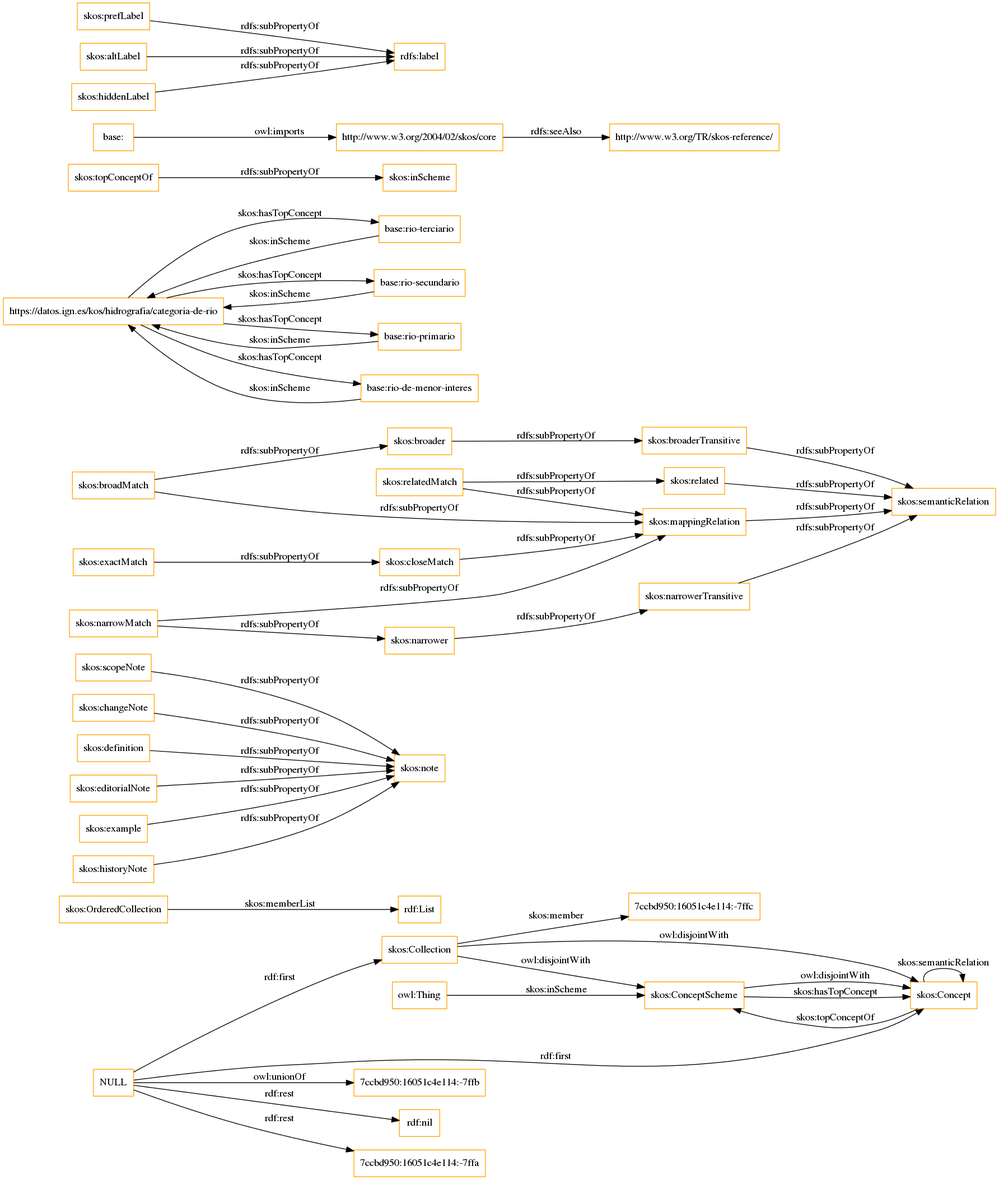
The Graphviz diagram OnToology/thesaurus/categoria-rio.owl/diagrams/ar2dtool-class/categoria-rio.owl.png in oeg-upm/ontology-BTN100, before a commit. Its source is kept beside it as OnToology/thesaurus/categoria-rio.owl/diagrams/ar2dtool-class/categoria-rio.owl.png.dot. The source it was exported from:
```dot
digraph ar2dtool_diagram {
rankdir=LR;
size="1501"
node [shape = rectangle, color="orange"]; "7ccbd950:16051c4e114:-7ffc" "skos:OrderedCollection" "skos:Collection" "skos:ConceptScheme" "skos:Concept" ; /*classes style*/
	"NULL" -> "7ccbd950:16051c4e114:-7ffb" [ label = "owl:unionOf" ];
	"NULL" -> "rdf:nil" [ label = "rdf:rest" ];
	"NULL" -> "skos:Collection" [ label = "rdf:first" ];
	"NULL" -> "7ccbd950:16051c4e114:-7ffa" [ label = "rdf:rest" ];
	"NULL" -> "skos:Concept" [ label = "rdf:first" ];
	"skos:scopeNote" -> "skos:note" [ label = "rdfs:subPropertyOf" ];
	"skos:closeMatch" -> "skos:mappingRelation" [ label = "rdfs:subPropertyOf" ];
	"https://datos.ign.es/kos/hidrografia/categoria-de-rio" -> "base:rio-terciario" [ label = "skos:hasTopConcept" ];
	"https://datos.ign.es/kos/hidrografia/categoria-de-rio" -> "base:rio-secundario" [ label = "skos:hasTopConcept" ];
	"https://datos.ign.es/kos/hidrografia/categoria-de-rio" -> "base:rio-primario" [ label = "skos:hasTopConcept" ];
	"https://datos.ign.es/kos/hidrografia/categoria-de-rio" -> "base:rio-de-menor-interes" [ label = "skos:hasTopConcept" ];
	"skos:relatedMatch" -> "skos:related" [ label = "rdfs:subPropertyOf" ];
	"skos:relatedMatch" -> "skos:mappingRelation" [ label = "rdfs:subPropertyOf" ];
	"skos:ConceptScheme" -> "skos:Concept" [ label = "owl:disjointWith" ];
	"skos:related" -> "skos:semanticRelation" [ label = "rdfs:subPropertyOf" ];
	"skos:topConceptOf" -> "skos:inScheme" [ label = "rdfs:subPropertyOf" ];
	"skos:broadMatch" -> "skos:broader" [ label = "rdfs:subPropertyOf" ];
	"skos:broadMatch" -> "skos:mappingRelation" [ label = "rdfs:subPropertyOf" ];
	"skos:changeNote" -> "skos:note" [ label = "rdfs:subPropertyOf" ];
	"skos:definition" -> "skos:note" [ label = "rdfs:subPropertyOf" ];
	"skos:editorialNote" -> "skos:note" [ label = "rdfs:subPropertyOf" ];
	"skos:example" -> "skos:note" [ label = "rdfs:subPropertyOf" ];
	"base:" -> "http://www.w3.org/2004/02/skos/core" [ label = "owl:imports" ];
	"skos:historyNote" -> "skos:note" [ label = "rdfs:subPropertyOf" ];
	"skos:exactMatch" -> "skos:closeMatch" [ label = "rdfs:subPropertyOf" ];
	"skos:prefLabel" -> "rdfs:label" [ label = "rdfs:subPropertyOf" ];
	"base:rio-de-menor-interes" -> "https://datos.ign.es/kos/hidrografia/categoria-de-rio" [ label = "skos:inScheme" ];
	"skos:altLabel" -> "rdfs:label" [ label = "rdfs:subPropertyOf" ];
	"skos:broaderTransitive" -> "skos:semanticRelation" [ label = "rdfs:subPropertyOf" ];
	"base:rio-secundario" -> "https://datos.ign.es/kos/hidrografia/categoria-de-rio" [ label = "skos:inScheme" ];
	"skos:broader" -> "skos:broaderTransitive" [ label = "rdfs:subPropertyOf" ];
	"skos:mappingRelation" -> "skos:semanticRelation" [ label = "rdfs:subPropertyOf" ];
	"base:rio-terciario" -> "https://datos.ign.es/kos/hidrografia/categoria-de-rio" [ label = "skos:inScheme" ];
	"skos:hiddenLabel" -> "rdfs:label" [ label = "rdfs:subPropertyOf" ];
	"http://www.w3.org/2004/02/skos/core" -> "http://www.w3.org/TR/skos-reference/" [ label = "rdfs:seeAlso" ];
	"skos:Collection" -> "skos:ConceptScheme" [ label = "owl:disjointWith" ];
	"skos:Collection" -> "skos:Concept" [ label = "owl:disjointWith" ];
	"skos:narrowMatch" -> "skos:narrower" [ label = "rdfs:subPropertyOf" ];
	"skos:narrowMatch" -> "skos:mappingRelation" [ label = "rdfs:subPropertyOf" ];
	"base:rio-primario" -> "https://datos.ign.es/kos/hidrografia/categoria-de-rio" [ label = "skos:inScheme" ];
	"skos:narrower" -> "skos:narrowerTransitive" [ label = "rdfs:subPropertyOf" ];
	"skos:narrowerTransitive" -> "skos:semanticRelation" [ label = "rdfs:subPropertyOf" ];
	"skos:OrderedCollection" -> "rdf:List" [ label = "skos:memberList" ];
	"skos:Concept" -> "skos:ConceptScheme" [ label = "skos:topConceptOf" ];
	"skos:Concept" -> "skos:Concept" [ label = "skos:semanticRelation" ];
	"skos:Collection" -> "7ccbd950:16051c4e114:-7ffc" [ label = "skos:member" ];
	"skos:ConceptScheme" -> "skos:Concept" [ label = "skos:hasTopConcept" ];
	"owl:Thing" -> "skos:ConceptScheme" [ label = "skos:inScheme" ];

}
```
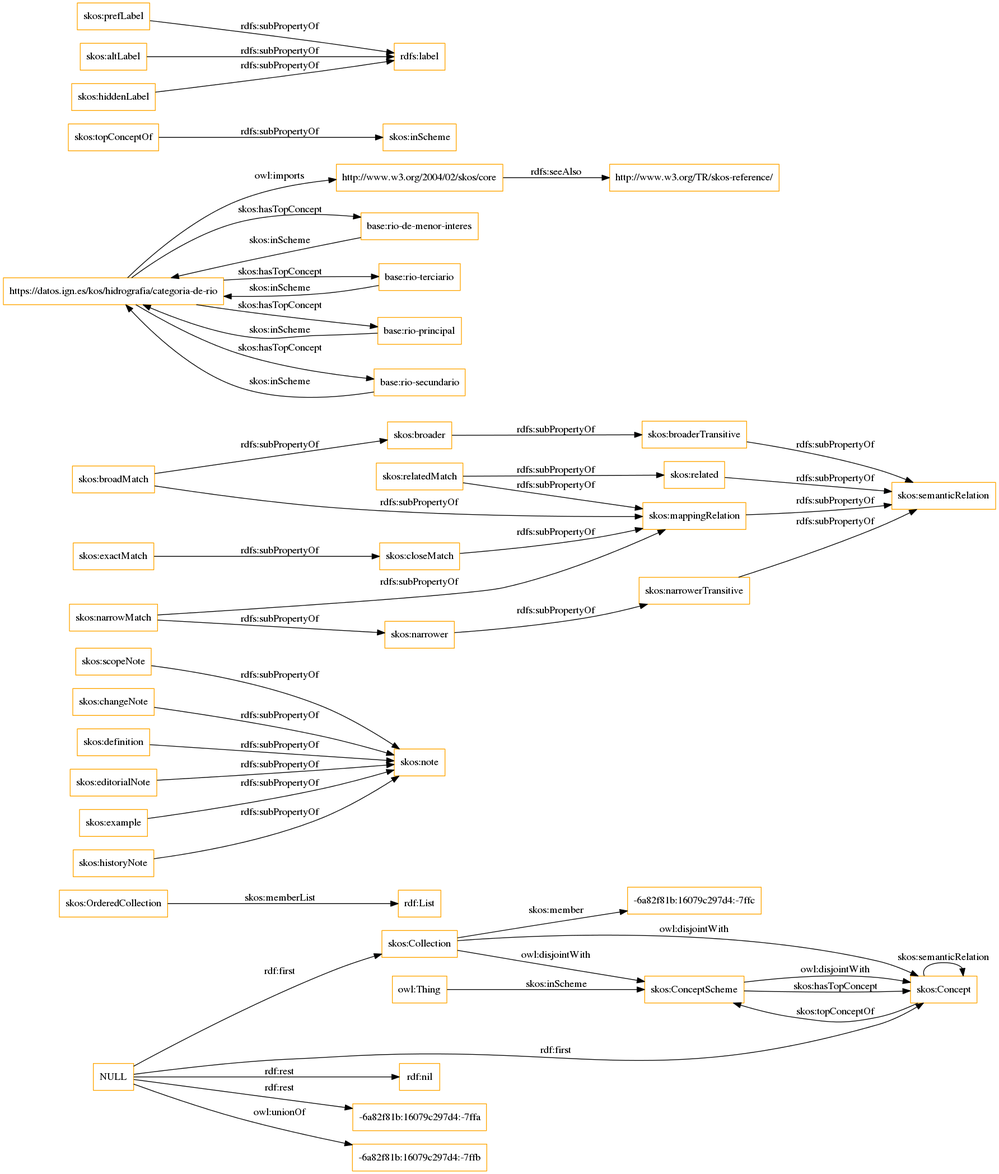
After the commit.

Diff of the diagram source:
```diff
@@ -1,18 +1,19 @@
 digraph ar2dtool_diagram {
 rankdir=LR;
 size="1501"
-node [shape = rectangle, color="orange"]; "7ccbd950:16051c4e114:-7ffc" "skos:OrderedCollection" "skos:Collection" "skos:ConceptScheme" "skos:Concept" ; /*classes style*/
-	"NULL" -> "7ccbd950:16051c4e114:-7ffb" [ label = "owl:unionOf" ];
+node [shape = rectangle, color="orange"]; "-6a82f81b:16079c297d4:-7ffc" "skos:OrderedCollection" "skos:Collection" "skos:ConceptScheme" "skos:Concept" ; /*classes style*/
 	"NULL" -> "rdf:nil" [ label = "rdf:rest" ];
 	"NULL" -> "skos:Collection" [ label = "rdf:first" ];
-	"NULL" -> "7ccbd950:16051c4e114:-7ffa" [ label = "rdf:rest" ];
+	"NULL" -> "-6a82f81b:16079c297d4:-7ffa" [ label = "rdf:rest" ];
 	"NULL" -> "skos:Concept" [ label = "rdf:first" ];
+	"NULL" -> "-6a82f81b:16079c297d4:-7ffb" [ label = "owl:unionOf" ];
 	"skos:scopeNote" -> "skos:note" [ label = "rdfs:subPropertyOf" ];
 	"skos:closeMatch" -> "skos:mappingRelation" [ label = "rdfs:subPropertyOf" ];
+	"https://datos.ign.es/kos/hidrografia/categoria-de-rio" -> "http://www.w3.org/2004/02/skos/core" [ label = "owl:imports" ];
+	"https://datos.ign.es/kos/hidrografia/categoria-de-rio" -> "base:rio-de-menor-interes" [ label = "skos:hasTopConcept" ];
 	"https://datos.ign.es/kos/hidrografia/categoria-de-rio" -> "base:rio-terciario" [ label = "skos:hasTopConcept" ];
+	"https://datos.ign.es/kos/hidrografia/categoria-de-rio" -> "base:rio-principal" [ label = "skos:hasTopConcept" ];
 	"https://datos.ign.es/kos/hidrografia/categoria-de-rio" -> "base:rio-secundario" [ label = "skos:hasTopConcept" ];
-	"https://datos.ign.es/kos/hidrografia/categoria-de-rio" -> "base:rio-primario" [ label = "skos:hasTopConcept" ];
-	"https://datos.ign.es/kos/hidrografia/categoria-de-rio" -> "base:rio-de-menor-interes" [ label = "skos:hasTopConcept" ];
 	"skos:relatedMatch" -> "skos:related" [ label = "rdfs:subPropertyOf" ];
 	"skos:relatedMatch" -> "skos:mappingRelation" [ label = "rdfs:subPropertyOf" ];
 	"skos:ConceptScheme" -> "skos:Concept" [ label = "owl:disjointWith" ];
@@ -24,11 +25,11 @@
 	"skos:definition" -> "skos:note" [ label = "rdfs:subPropertyOf" ];
 	"skos:editorialNote" -> "skos:note" [ label = "rdfs:subPropertyOf" ];
 	"skos:example" -> "skos:note" [ label = "rdfs:subPropertyOf" ];
-	"base:" -> "http://www.w3.org/2004/02/skos/core" [ label = "owl:imports" ];
 	"skos:historyNote" -> "skos:note" [ label = "rdfs:subPropertyOf" ];
 	"skos:exactMatch" -> "skos:closeMatch" [ label = "rdfs:subPropertyOf" ];
 	"skos:prefLabel" -> "rdfs:label" [ label = "rdfs:subPropertyOf" ];
 	"base:rio-de-menor-interes" -> "https://datos.ign.es/kos/hidrografia/categoria-de-rio" [ label = "skos:inScheme" ];
+	"base:rio-principal" -> "https://datos.ign.es/kos/hidrografia/categoria-de-rio" [ label = "skos:inScheme" ];
 	"skos:altLabel" -> "rdfs:label" [ label = "rdfs:subPropertyOf" ];
 	"skos:broaderTransitive" -> "skos:semanticRelation" [ label = "rdfs:subPropertyOf" ];
 	"base:rio-secundario" -> "https://datos.ign.es/kos/hidrografia/categoria-de-rio" [ label = "skos:inScheme" ];
@@ -41,13 +42,12 @@
 	"skos:Collection" -> "skos:Concept" [ label = "owl:disjointWith" ];
 	"skos:narrowMatch" -> "skos:narrower" [ label = "rdfs:subPropertyOf" ];
 	"skos:narrowMatch" -> "skos:mappingRelation" [ label = "rdfs:subPropertyOf" ];
-	"base:rio-primario" -> "https://datos.ign.es/kos/hidrografia/categoria-de-rio" [ label = "skos:inScheme" ];
 	"skos:narrower" -> "skos:narrowerTransitive" [ label = "rdfs:subPropertyOf" ];
 	"skos:narrowerTransitive" -> "skos:semanticRelation" [ label = "rdfs:subPropertyOf" ];
 	"skos:OrderedCollection" -> "rdf:List" [ label = "skos:memberList" ];
 	"skos:Concept" -> "skos:ConceptScheme" [ label = "skos:topConceptOf" ];
 	"skos:Concept" -> "skos:Concept" [ label = "skos:semanticRelation" ];
-	"skos:Collection" -> "7ccbd950:16051c4e114:-7ffc" [ label = "skos:member" ];
+	"skos:Collection" -> "-6a82f81b:16079c297d4:-7ffc" [ label = "skos:member" ];
 	"skos:ConceptScheme" -> "skos:Concept" [ label = "skos:hasTopConcept" ];
 	"owl:Thing" -> "skos:ConceptScheme" [ label = "skos:inScheme" ];
 
```
